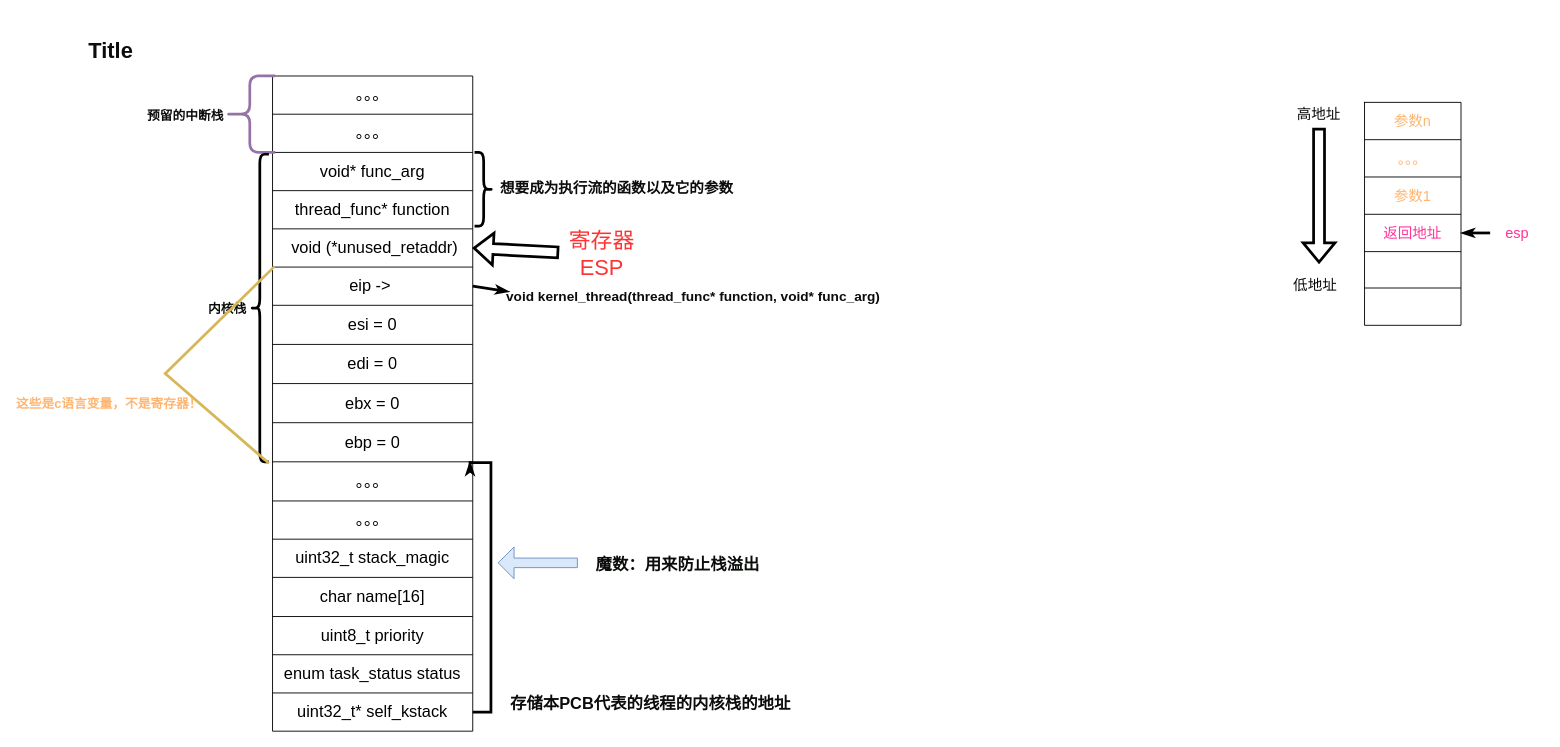
Before: OS/第九章.drawio in SixPlusAndTimes/drawio, a draw.io diagram. Source tidied: cells renumbered, new cells numbered last; positions are measured from the earlier drawing's top-left corner, leaving out a move shared by most shapes. Both pictures are drawn from the tidied source at 91%, with x=0, y=0 at pixel (63, 33).
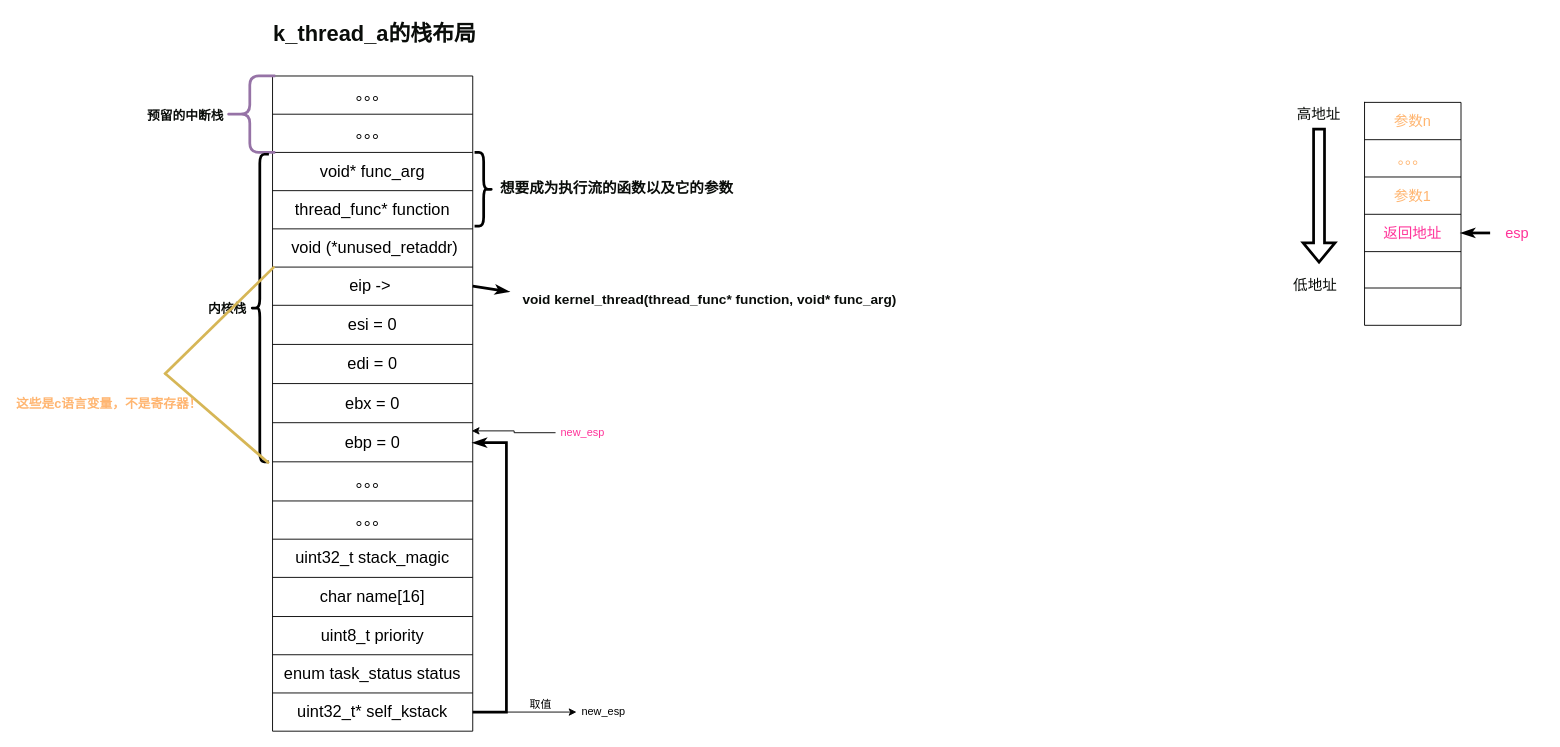
After the change.

Unchanged cells that the change refers to:
```xml
<mxCell id="2" style="shape=table;startSize=0;childLayout=tableLayout;fontSize=18;" parent="1" vertex="1">
  <mxGeometry x="230" y="47" width="220" height="720" as="geometry" />
</mxCell>
<mxCell id="11" style="shape=tableRow;horizontal=0;startSize=0;swimlaneHead=0;swimlaneBody=0;top=0;left=0;bottom=0;right=0;fillColor=none;points=[[0,0.5],[1,0.5]];portConstraint=eastwest;fontSize=18;" parent="2" vertex="1">
  <mxGeometry y="168" width="220" height="42" as="geometry" />
</mxCell>
<mxCell id="21" style="shape=tableRow;horizontal=0;startSize=0;swimlaneHead=0;swimlaneBody=0;top=0;left=0;bottom=0;right=0;fillColor=none;points=[[0,0.5],[1,0.5]];portConstraint=eastwest;fontSize=18;" parent="2" vertex="1">
  <mxGeometry y="381" width="220" height="43" as="geometry" />
</mxCell>
<mxCell id="36" style="shape=tableRow;horizontal=0;startSize=0;swimlaneHead=0;swimlaneBody=0;top=0;left=0;bottom=0;right=0;fillColor=none;points=[[0,0.5],[1,0.5]];portConstraint=eastwest;fontSize=18;" parent="2" vertex="1">
  <mxGeometry y="678" width="220" height="42" as="geometry" />
</mxCell>
```

The edit, as a diff of the source:
```diff
@@
-    <mxCell id="35" style="edgeStyle=orthogonalEdgeStyle;rounded=0;jettySize=auto;html=1;exitX=1;exitY=0.5;exitDx=0;exitDy=0;fontSize=14;fontColor=#0A0D0A;startArrow=none;startFill=0;endArrow=classicThin;endFill=1;strokeWidth=3;" parent="2" edge="1" source="36" target="21">
+    <mxCell id="35" style="rounded=0;jettySize=auto;html=1;exitX=1;exitY=0.5;exitDx=0;exitDy=0;fontSize=14;fontColor=#0A0D0A;startArrow=none;startFill=0;endArrow=classicThin;endFill=1;strokeWidth=3;edgeStyle=orthogonalEdgeStyle;" parent="2" edge="1" source="36" target="21">
       <mxGeometry relative="1" as="geometry">
         <Array as="points">
-          <mxPoint x="240" y="699" />
-          <mxPoint x="240" y="425" />
-          <mxPoint x="217" y="425" />
+          <mxPoint x="257" y="699" />
+          <mxPoint x="257" y="403" />
         </Array>
       </mxGeometry>
     </mxCell>
@@
-    <mxCell id="38" value="&lt;font color=&quot;#0a0d0a&quot; style=&quot;font-size: 18px;&quot;&gt;存储本PCB代表的线程的内核栈的地址&lt;/font&gt;" style="text;strokeColor=none;fillColor=none;html=1;fontSize=24;fontStyle=1;verticalAlign=middle;align=center;fontColor=#FFFF99;" parent="1" vertex="1">
-      <mxGeometry x="595" y="714.5" width="100" height="40" as="geometry" />
-    </mxCell>
-    <mxCell id="39" style="shape=singleArrow;direction=west;whiteSpace=wrap;html=1;fontSize=18;fillColor=#dae8fc;strokeColor=#6c8ebf;" parent="1" vertex="1">
-      <mxGeometry x="478" y="564.5" width="87" height="35" as="geometry" />
-    </mxCell>
-    <mxCell id="40" value="&lt;font style=&quot;font-size: 18px;&quot;&gt;魔数：用来防止栈溢出&lt;/font&gt;" style="text;strokeColor=none;fillColor=none;html=1;fontSize=24;fontStyle=1;verticalAlign=middle;align=center;fontColor=#0A0D0A;" parent="1" vertex="1">
-      <mxGeometry x="625" y="562" width="100" height="40" as="geometry" />
-    </mxCell>
@@
-    <mxCell id="42" value="Title" style="text;strokeColor=none;fillColor=none;html=1;fontSize=24;fontStyle=1;verticalAlign=middle;align=center;fontColor=#0A0D0A;" parent="1" vertex="1">
-      <mxGeometry x="2" width="100" height="40" as="geometry" />
+    <mxCell id="42" value="k_thread_a的栈布局" style="text;strokeColor=none;fillColor=none;html=1;fontSize=24;fontStyle=1;verticalAlign=middle;align=center;fontColor=#0A0D0A;" parent="1" vertex="1">
+      <mxGeometry x="292" y="-19" width="100" height="40" as="geometry" />
     </mxCell>
@@
     <mxCell id="47" value="&lt;font style=&quot;font-size: 15px;&quot;&gt;void kernel_thread(thread_func* function, void* func_arg)&lt;/font&gt;" style="text;strokeColor=none;fillColor=none;html=1;fontSize=24;fontStyle=1;verticalAlign=middle;align=center;fontColor=#0A0D0A;" parent="1" vertex="1">
-      <mxGeometry x="642" y="267" width="100" height="40" as="geometry" />
+      <mxGeometry x="660" y="270" width="100" height="40" as="geometry" />
     </mxCell>
@@
-    <mxCell id="71" style="shape=flexArrow;endArrow=classic;html=1;rounded=0;fontSize=16;fontColor=#0A0D0A;strokeWidth=3;entryX=1;entryY=0.5;entryDx=0;entryDy=0;" parent="1" edge="1" target="11">
-      <mxGeometry relative="1" as="geometry">
-        <mxPoint x="545" y="241" as="sourcePoint" />
-      </mxGeometry>
-    </mxCell>
-    <mxCell id="72" value="&lt;font style=&quot;font-size: 24px;&quot; color=&quot;#ff3333&quot;&gt;寄存器ESP&lt;/font&gt;" style="text;html=1;strokeColor=none;fillColor=none;align=center;verticalAlign=middle;whiteSpace=wrap;rounded=0;fontSize=16;fontColor=#0A0D0A;" parent="1" vertex="1">
-      <mxGeometry x="544" y="234.5" width="96" height="17" as="geometry" />
-    </mxCell>
+    <mxCell id="73" value="new_esp" style="text;html=1;strokeColor=none;fillColor=none;align=center;verticalAlign=middle;whiteSpace=wrap;rounded=0;" parent="1" vertex="1">
+      <mxGeometry x="564" y="731" width="60" height="30" as="geometry" />
+    </mxCell>
+    <mxCell id="74" style="edgeStyle=orthogonalEdgeStyle;rounded=0;jettySize=auto;html=1;exitX=1;exitY=0.5;exitDx=0;exitDy=0;" parent="1" edge="1" source="36" target="73">
+      <mxGeometry relative="1" as="geometry" />
+    </mxCell>
+    <mxCell id="75" value="取值" style="text;html=1;strokeColor=none;fillColor=none;align=center;verticalAlign=middle;whiteSpace=wrap;rounded=0;" parent="1" vertex="1">
+      <mxGeometry x="495" y="723" width="60" height="30" as="geometry" />
+    </mxCell>
+    <mxCell id="76" style="edgeStyle=orthogonalEdgeStyle;rounded=0;jettySize=auto;html=1;exitX=0;exitY=0.5;exitDx=0;exitDy=0;entryX=0.995;entryY=0.209;entryDx=0;entryDy=0;entryPerimeter=0;" parent="1" edge="1" source="77" target="21">
+      <mxGeometry relative="1" as="geometry" />
+    </mxCell>
+    <mxCell id="77" value="&lt;font color=&quot;#ff3399&quot;&gt;new_esp&lt;/font&gt;" style="text;html=1;strokeColor=none;fillColor=none;align=center;verticalAlign=middle;whiteSpace=wrap;rounded=0;" parent="1" vertex="1">
+      <mxGeometry x="541" y="424" width="60" height="30" as="geometry" />
+    </mxCell>
```
